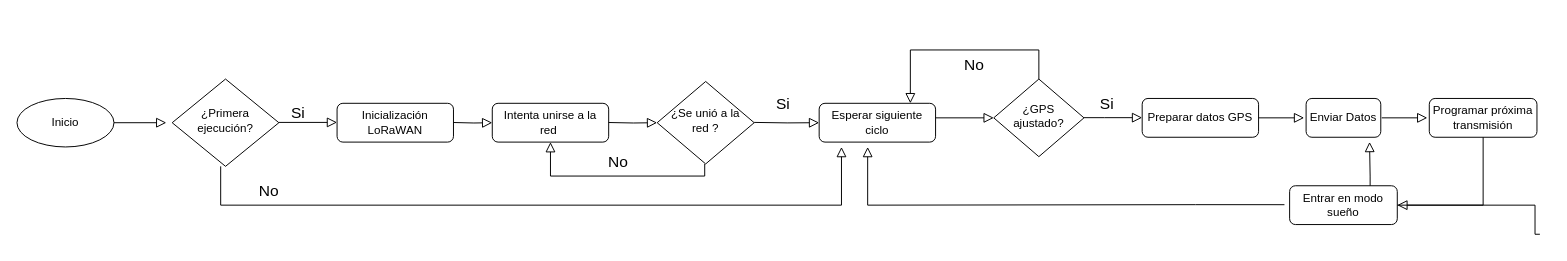
Earlier version of the draw.io diagram page "Copia de Page-1" (2 of 2) of diagramadeflujoRFID.drawio (Sasarindo00/Ingenieria-6semestre). Source tidied: cells renumbered, new cells numbered last; positions are measured from the earlier drawing's top-left corner, leaving out a move shared by most shapes. Both pictures are drawn from the tidied source at 97%, with x=0, y=0 at pixel (16, 49).
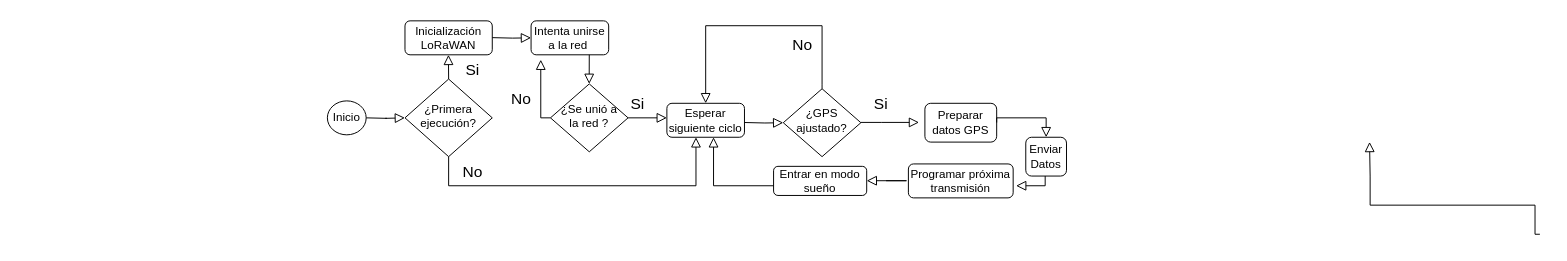
The same diagram, later.

What changed in the source:
```diff
@@
     <mxCell id="2" style="rounded=0;html=1;jettySize=auto;orthogonalLoop=1;fontSize=11;endArrow=block;endFill=0;endSize=8;strokeWidth=1;shadow=0;labelBackgroundColor=none;edgeStyle=orthogonalEdgeStyle;" parent="1" edge="1">
       <mxGeometry relative="1" as="geometry">
-        <mxPoint x="94" y="75" as="sourcePoint" />
-        <mxPoint x="154" y="75" as="targetPoint" />
+        <mxPoint x="360" y="70" as="sourcePoint" />
+        <mxPoint x="400" y="70" as="targetPoint" />
       </mxGeometry>
     </mxCell>
     <mxCell id="3" value="Inicio" style="ellipse;whiteSpace=wrap;html=1;" parent="1" vertex="1">
-      <mxGeometry y="50" width="100" height="50" as="geometry" />
+      <mxGeometry x="320" y="52.5" width="40" height="35" as="geometry" />
     </mxCell>
@@
     <mxCell id="5" value="Si" style="text;html=1;align=center;verticalAlign=middle;whiteSpace=wrap;rounded=0;fontSize=16;" parent="1" vertex="1">
-      <mxGeometry x="260" y="50" width="60" height="30" as="geometry" />
+      <mxGeometry x="440" y="5" width="60" height="30" as="geometry" />
     </mxCell>
     <mxCell id="6" value="¿Primera ejecución?" style="rhombus;whiteSpace=wrap;html=1;shadow=0;fontFamily=Helvetica;fontSize=12;align=center;strokeWidth=1;spacing=6;spacingTop=-4;" parent="1" vertex="1">
-      <mxGeometry x="160" y="30" width="110" height="90" as="geometry" />
+      <mxGeometry x="400" y="30" width="90" height="80" as="geometry" />
     </mxCell>
-    <mxCell id="7" style="rounded=0;html=1;jettySize=auto;fontSize=11;endArrow=block;endFill=0;endSize=8;strokeWidth=1;shadow=0;labelBackgroundColor=none;edgeStyle=orthogonalEdgeStyle;exitX=0.5;exitY=0;exitDx=0;exitDy=0;entryX=0.5;entryY=0;entryDx=0;entryDy=0;" parent="1" edge="1" source="14">
+    <mxCell id="7" style="rounded=0;html=1;jettySize=auto;orthogonalLoop=1;fontSize=11;endArrow=block;endFill=0;endSize=8;strokeWidth=1;shadow=0;labelBackgroundColor=none;edgeStyle=orthogonalEdgeStyle;" parent="1" edge="1">
       <mxGeometry relative="1" as="geometry">
-        <mxPoint x="921" y="55" as="targetPoint" />
+        <mxPoint x="830" y="40" as="sourcePoint" />
+        <mxPoint x="710" y="55" as="targetPoint" />
         <Array as="points">
-          <mxPoint x="1054" />
-          <mxPoint x="921" />
+          <mxPoint x="830" y="36" />
+          <mxPoint x="830" y="-25" />
+          <mxPoint x="710" y="-25" />
         </Array>
       </mxGeometry>
     </mxCell>
     <mxCell id="8" value="No" style="text;html=1;align=center;verticalAlign=middle;whiteSpace=wrap;rounded=0;fontSize=16;" parent="1" vertex="1">
-      <mxGeometry x="957" width="60" height="30" as="geometry" />
+      <mxGeometry x="780" y="-20" width="60" height="30" as="geometry" />
     </mxCell>
     <mxCell id="9" style="rounded=0;html=1;jettySize=auto;orthogonalLoop=1;fontSize=11;endArrow=block;endFill=0;endSize=8;strokeWidth=1;shadow=0;labelBackgroundColor=none;edgeStyle=orthogonalEdgeStyle;" parent="1" edge="1">
       <mxGeometry relative="1" as="geometry">
-        <mxPoint x="1100" y="69.8" as="sourcePoint" />
-        <mxPoint x="1160" y="69.8" as="targetPoint" />
+        <mxPoint x="870" y="74.7" as="sourcePoint" />
+        <mxPoint x="930" y="74.7" as="targetPoint" />
         <Array as="points">
-          <mxPoint x="1121" y="70.1" />
-          <mxPoint x="1121" y="70.1" />
+          <mxPoint x="891" y="75.1" />
+          <mxPoint x="891" y="75.1" />
         </Array>
       </mxGeometry>
     </mxCell>
     <mxCell id="10" value="Si" style="text;html=1;align=center;verticalAlign=middle;whiteSpace=wrap;rounded=0;fontSize=16;" parent="1" vertex="1">
-      <mxGeometry x="1094" y="40" width="60" height="30" as="geometry" />
+      <mxGeometry x="861" y="40" width="60" height="30" as="geometry" />
     </mxCell>
     <mxCell id="11" value="Inicialización LoRaWAN" style="rounded=1;whiteSpace=wrap;html=1;fontSize=12;glass=0;strokeWidth=1;shadow=0;" parent="1" vertex="1">
-      <mxGeometry x="330" y="55" width="120" height="40" as="geometry" />
+      <mxGeometry x="400" y="-30" width="90" height="35" as="geometry" />
     </mxCell>
     <mxCell id="12" value="Esperar siguiente ciclo" style="rounded=1;whiteSpace=wrap;html=1;fontSize=12;glass=0;strokeWidth=1;shadow=0;" parent="1" vertex="1">
-      <mxGeometry x="827" y="55" width="120" height="40" as="geometry" />
+      <mxGeometry x="670" y="55" width="80" height="35" as="geometry" />
     </mxCell>
-    <mxCell id="13" style="rounded=0;html=1;jettySize=auto;fontSize=11;endArrow=block;endFill=0;endSize=8;strokeWidth=1;shadow=0;labelBackgroundColor=none;edgeStyle=orthogonalEdgeStyle;entryX=0;entryY=0.5;entryDx=0;entryDy=0;" parent="1" edge="1" target="12">
+    <mxCell id="13" style="rounded=0;html=1;jettySize=auto;orthogonalLoop=1;fontSize=11;endArrow=block;endFill=0;endSize=8;strokeWidth=1;shadow=0;labelBackgroundColor=none;edgeStyle=orthogonalEdgeStyle;entryX=0;entryY=1;entryDx=0;entryDy=0;" parent="1" edge="1">
       <mxGeometry relative="1" as="geometry">
-        <mxPoint x="760" y="74.7" as="sourcePoint" />
+        <mxPoint x="630" y="70" as="sourcePoint" />
+        <mxPoint x="670" y="70" as="targetPoint" />
+        <Array as="points">
+          <mxPoint x="630" y="70" />
+        </Array>
       </mxGeometry>
     </mxCell>
     <mxCell id="14" value="¿GPS ajustado?" style="rhombus;whiteSpace=wrap;html=1;shadow=0;fontFamily=Helvetica;fontSize=12;align=center;strokeWidth=1;spacing=6;spacingTop=-4;" parent="1" vertex="1">
-      <mxGeometry x="1007" y="30" width="93" height="80" as="geometry" />
+      <mxGeometry x="790" y="40" width="80" height="70" as="geometry" />
     </mxCell>
     <mxCell id="15" style="rounded=0;html=1;jettySize=auto;orthogonalLoop=1;fontSize=11;endArrow=block;endFill=0;endSize=8;strokeWidth=1;shadow=0;labelBackgroundColor=none;edgeStyle=orthogonalEdgeStyle;" parent="1" edge="1">
       <mxGeometry relative="1" as="geometry">
-        <mxPoint x="947" y="70" as="sourcePoint" />
-        <mxPoint x="1007" y="70" as="targetPoint" />
+        <mxPoint x="750" y="74.8" as="sourcePoint" />
+        <mxPoint x="790" y="75" as="targetPoint" />
       </mxGeometry>
     </mxCell>
     <mxCell id="16" value="Preparar datos GPS" style="rounded=1;whiteSpace=wrap;html=1;fontSize=12;glass=0;strokeWidth=1;shadow=0;" parent="1" vertex="1">
-      <mxGeometry x="1160" y="50" width="120" height="40" as="geometry" />
+      <mxGeometry x="936" y="55" width="74" height="40" as="geometry" />
     </mxCell>
     <mxCell id="17" value="Enviar Datos" style="rounded=1;whiteSpace=wrap;html=1;fontSize=12;glass=0;strokeWidth=1;shadow=0;" parent="1" vertex="1">
-      <mxGeometry x="1329" y="50" width="77" height="40" as="geometry" />
+      <mxGeometry x="1040" y="90" width="42" height="40" as="geometry" />
     </mxCell>
-    <mxCell id="18" style="rounded=0;html=1;jettySize=auto;orthogonalLoop=1;fontSize=11;endArrow=block;endFill=0;endSize=8;strokeWidth=1;shadow=0;labelBackgroundColor=none;edgeStyle=orthogonalEdgeStyle;" parent="1" edge="1">
+    <mxCell id="18" style="rounded=0;html=1;jettySize=auto;fontSize=11;endArrow=block;endFill=0;endSize=8;strokeWidth=1;shadow=0;labelBackgroundColor=none;edgeStyle=orthogonalEdgeStyle;entryX=0.5;entryY=0;entryDx=0;entryDy=0;" parent="1" edge="1" target="17">
       <mxGeometry relative="1" as="geometry">
-        <mxPoint x="1280" y="70" as="sourcePoint" />
-        <mxPoint x="1327" y="70" as="targetPoint" />
+        <mxPoint x="1010" y="74.8" as="sourcePoint" />
+        <Array as="points">
+          <mxPoint x="1010" y="70" />
+          <mxPoint x="1061" y="70" />
+        </Array>
       </mxGeometry>
     </mxCell>
     <mxCell id="19" value="Programar próxima transmisión" style="rounded=1;whiteSpace=wrap;html=1;fontSize=12;glass=0;strokeWidth=1;shadow=0;" parent="1" vertex="1">
-      <mxGeometry x="1456" y="50" width="111" height="40" as="geometry" />
+      <mxGeometry x="919" y="117.5" width="108" height="35" as="geometry" />
     </mxCell>
     <mxCell id="20" style="rounded=0;html=1;jettySize=auto;orthogonalLoop=1;fontSize=11;endArrow=block;endFill=0;endSize=8;strokeWidth=1;shadow=0;labelBackgroundColor=none;edgeStyle=orthogonalEdgeStyle;" parent="1" edge="1">
       <mxGeometry relative="1" as="geometry">
-        <mxPoint x="1407" y="70" as="sourcePoint" />
-        <mxPoint x="1454" y="70" as="targetPoint" />
+        <mxPoint x="1060" y="130" as="sourcePoint" />
+        <mxPoint x="1030" y="140" as="targetPoint" />
+        <Array as="points">
+          <mxPoint x="1060" y="140" />
+        </Array>
       </mxGeometry>
     </mxCell>
     <mxCell id="21" value="Entrar en modo sueño" style="rounded=1;whiteSpace=wrap;html=1;fontSize=12;glass=0;strokeWidth=1;shadow=0;" parent="1" vertex="1">
-      <mxGeometry x="1312" y="140" width="111" height="40" as="geometry" />
+      <mxGeometry x="780" y="120" width="96" height="30" as="geometry" />
     </mxCell>
-    <mxCell id="22" style="rounded=0;html=1;jettySize=auto;fontSize=11;endArrow=block;endFill=0;endSize=8;strokeWidth=1;shadow=0;labelBackgroundColor=none;edgeStyle=orthogonalEdgeStyle;exitX=0.5;exitY=1;exitDx=0;exitDy=0;entryX=1;entryY=0.5;entryDx=0;entryDy=0;" parent="1" edge="1" source="19" target="21">
-      <mxGeometry relative="1" as="geometry">
-        <Array as="points">
-          <mxPoint x="1512" y="160" />
-        </Array>
-      </mxGeometry>
-    </mxCell>
-    <mxCell id="23" style="rounded=0;html=1;jettySize=auto;fontSize=11;endArrow=block;endFill=0;endSize=8;strokeWidth=1;shadow=0;labelBackgroundColor=none;edgeStyle=orthogonalEdgeStyle;exitX=-0.048;exitY=0.488;exitDx=0;exitDy=0;exitPerimeter=0;" parent="1" edge="1" source="21">
+    <mxCell id="23" style="rounded=0;html=1;jettySize=auto;orthogonalLoop=1;fontSize=11;endArrow=block;endFill=0;endSize=8;strokeWidth=1;shadow=0;labelBackgroundColor=none;edgeStyle=orthogonalEdgeStyle;" parent="1" edge="1">
       <mxGeometry relative="1" as="geometry">
-        <mxPoint x="877" y="100" as="targetPoint" />
+        <mxPoint x="780" y="140" as="sourcePoint" />
+        <mxPoint x="718.1" y="90" as="targetPoint" />
         <Array as="points">
-          <mxPoint x="1215" y="160" />
-          <mxPoint x="877" y="160" />
+          <mxPoint x="718" y="140" />
         </Array>
       </mxGeometry>
     </mxCell>
     <mxCell id="24" style="rounded=0;html=1;jettySize=auto;orthogonalLoop=1;fontSize=11;endArrow=block;endFill=0;endSize=8;strokeWidth=1;shadow=0;labelBackgroundColor=none;edgeStyle=orthogonalEdgeStyle;" parent="1" edge="1">
       <mxGeometry relative="1" as="geometry">
-        <mxPoint x="270" y="74.7" as="sourcePoint" />
-        <mxPoint x="330" y="74.7" as="targetPoint" />
+        <mxPoint x="445" y="30" as="sourcePoint" />
+        <mxPoint x="444.8" y="5" as="targetPoint" />
       </mxGeometry>
     </mxCell>
     <mxCell id="25" value="Intenta unirse a la red&amp;nbsp;" style="rounded=1;whiteSpace=wrap;html=1;fontSize=12;glass=0;strokeWidth=1;shadow=0;" parent="1" vertex="1">
-      <mxGeometry x="490" y="55" width="120" height="40" as="geometry" />
+      <mxGeometry x="530" y="-30" width="80" height="35" as="geometry" />
     </mxCell>
     <mxCell id="26" value="¿Se unió a la red ?" style="rhombus;whiteSpace=wrap;html=1;shadow=0;fontFamily=Helvetica;fontSize=12;align=center;strokeWidth=1;spacing=6;spacingTop=-4;" parent="1" vertex="1">
-      <mxGeometry x="660" y="32.5" width="100" height="85" as="geometry" />
+      <mxGeometry x="550" y="35" width="80" height="70" as="geometry" />
     </mxCell>
-    <mxCell id="27" style="rounded=0;html=1;jettySize=auto;fontSize=11;endArrow=block;endFill=0;endSize=8;strokeWidth=1;shadow=0;labelBackgroundColor=none;edgeStyle=orthogonalEdgeStyle;entryX=0;entryY=0.5;entryDx=0;entryDy=0;" parent="1" edge="1" target="25">
-      <mxGeometry relative="1" as="geometry">
-        <mxPoint x="450" y="74.8" as="sourcePoint" />
-      </mxGeometry>
-    </mxCell>
-    <mxCell id="28" style="rounded=0;html=1;jettySize=auto;orthogonalLoop=1;fontSize=11;endArrow=block;endFill=0;endSize=8;strokeWidth=1;shadow=0;labelBackgroundColor=none;edgeStyle=orthogonalEdgeStyle;" parent="1" edge="1">
-      <mxGeometry relative="1" as="geometry">
-        <mxPoint x="610" y="74.8" as="sourcePoint" />
-        <mxPoint x="660" y="75" as="targetPoint" />
-      </mxGeometry>
-    </mxCell>
-    <mxCell id="29" style="rounded=0;html=1;jettySize=auto;fontSize=11;endArrow=block;endFill=0;endSize=8;strokeWidth=1;shadow=0;labelBackgroundColor=none;edgeStyle=orthogonalEdgeStyle;exitX=0.5;exitY=1;exitDx=0;exitDy=0;entryX=0.5;entryY=1;entryDx=0;entryDy=0;" parent="1" edge="1" target="25">
-      <mxGeometry relative="1" as="geometry">
-        <mxPoint x="709" y="117.5" as="sourcePoint" />
-        <Array as="points">
-          <mxPoint x="709" y="130" />
-          <mxPoint x="550" y="130" />
-        </Array>
-      </mxGeometry>
-    </mxCell>
     <mxCell id="30" value="No" style="text;html=1;align=center;verticalAlign=middle;whiteSpace=wrap;rounded=0;fontSize=16;" parent="1" vertex="1">
-      <mxGeometry x="590" y="100" width="60" height="30" as="geometry" />
+      <mxGeometry x="490" y="35" width="60" height="30" as="geometry" />
     </mxCell>
     <mxCell id="31" value="Si" style="text;html=1;align=center;verticalAlign=middle;whiteSpace=wrap;rounded=0;fontSize=16;" parent="1" vertex="1">
-      <mxGeometry x="760" y="40" width="60" height="30" as="geometry" />
+      <mxGeometry x="610" y="40" width="60" height="30" as="geometry" />
     </mxCell>
-    <mxCell id="32" style="rounded=0;html=1;jettySize=auto;orthogonalLoop=1;fontSize=11;endArrow=block;endFill=0;endSize=8;strokeWidth=1;shadow=0;labelBackgroundColor=none;edgeStyle=orthogonalEdgeStyle;exitX=0.5;exitY=1;exitDx=0;exitDy=0;" parent="1" edge="1">
+    <mxCell id="32" style="rounded=0;html=1;jettySize=auto;fontSize=11;endArrow=block;endFill=0;endSize=8;strokeWidth=1;shadow=0;labelBackgroundColor=none;edgeStyle=orthogonalEdgeStyle;exitX=0.5;exitY=1;exitDx=0;exitDy=0;" parent="1" edge="1" source="6">
       <mxGeometry relative="1" as="geometry">
-        <mxPoint x="210" y="120" as="sourcePoint" />
-        <mxPoint x="850" y="100" as="targetPoint" />
+        <mxPoint x="700" y="90" as="targetPoint" />
         <Array as="points">
-          <mxPoint x="210" y="160" />
-          <mxPoint x="850" y="160" />
+          <mxPoint x="445" y="140" />
+          <mxPoint x="700" y="140" />
         </Array>
       </mxGeometry>
     </mxCell>
     <mxCell id="33" value="No" style="text;html=1;align=center;verticalAlign=middle;whiteSpace=wrap;rounded=0;fontSize=16;" parent="1" vertex="1">
-      <mxGeometry x="230" y="130" width="60" height="30" as="geometry" />
+      <mxGeometry x="440" y="110" width="60" height="30" as="geometry" />
     </mxCell>
+    <mxCell id="34" style="rounded=0;html=1;jettySize=auto;fontSize=11;endArrow=block;endFill=0;endSize=8;strokeWidth=1;shadow=0;labelBackgroundColor=none;edgeStyle=orthogonalEdgeStyle;entryX=0;entryY=0.5;entryDx=0;entryDy=0;" parent="1" edge="1" target="25">
+      <mxGeometry relative="1" as="geometry">
+        <mxPoint x="490" y="-12.7" as="sourcePoint" />
+      </mxGeometry>
+    </mxCell>
+    <mxCell id="35" style="rounded=0;html=1;jettySize=auto;orthogonalLoop=1;fontSize=11;endArrow=block;endFill=0;endSize=8;strokeWidth=1;shadow=0;labelBackgroundColor=none;edgeStyle=orthogonalEdgeStyle;" parent="1" edge="1">
+      <mxGeometry relative="1" as="geometry">
+        <mxPoint x="896" y="134.8" as="sourcePoint" />
+        <mxPoint x="876" y="134.8" as="targetPoint" />
+        <Array as="points">
+          <mxPoint x="917" y="135.1" />
+          <mxPoint x="917" y="135.1" />
+        </Array>
+      </mxGeometry>
+    </mxCell>
+    <mxCell id="36" style="rounded=0;html=1;jettySize=auto;fontSize=11;endArrow=block;endFill=0;endSize=8;strokeWidth=1;shadow=0;labelBackgroundColor=none;edgeStyle=orthogonalEdgeStyle;exitX=0.75;exitY=1;exitDx=0;exitDy=0;" parent="1" edge="1" source="25">
+      <mxGeometry relative="1" as="geometry">
+        <mxPoint x="589.9" y="35" as="targetPoint" />
+      </mxGeometry>
+    </mxCell>
+    <mxCell id="37" style="rounded=0;html=1;jettySize=auto;orthogonalLoop=1;fontSize=11;endArrow=block;endFill=0;endSize=8;strokeWidth=1;shadow=0;labelBackgroundColor=none;edgeStyle=orthogonalEdgeStyle;" parent="1" edge="1">
+      <mxGeometry relative="1" as="geometry">
+        <mxPoint x="550" y="70" as="sourcePoint" />
+        <mxPoint x="540" y="10" as="targetPoint" />
+        <Array as="points">
+          <mxPoint x="540" y="70" />
+          <mxPoint x="540" y="10" />
+        </Array>
+      </mxGeometry>
+    </mxCell>
```
